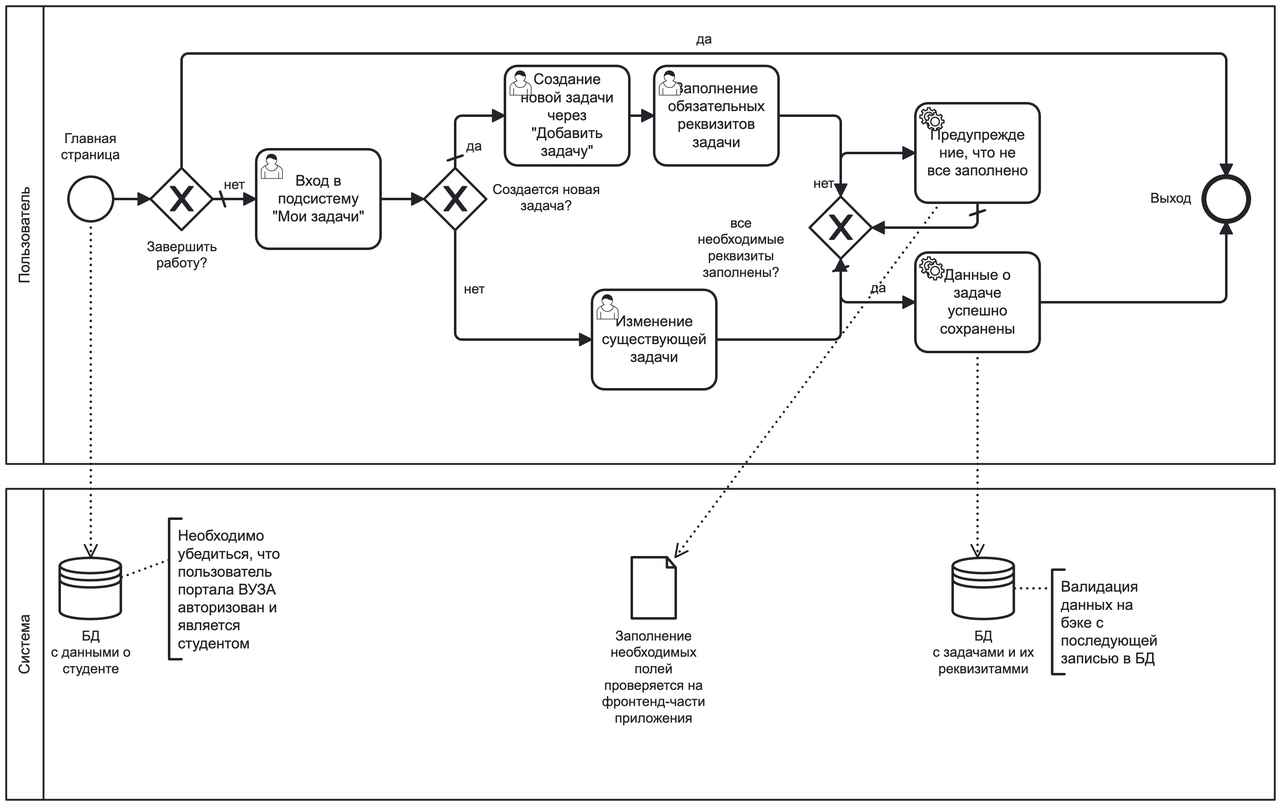
Before: Novgorodov_Timofey/ex04_BPMN/ex04_BPMN.png, a diagram exported from BPMN (abdullahproff/BSA21_1). Its source is kept beside it as Novgorodov_Timofey/ex04_BPMN/ex04_BPMN.bpmn. Ids are renumbered.
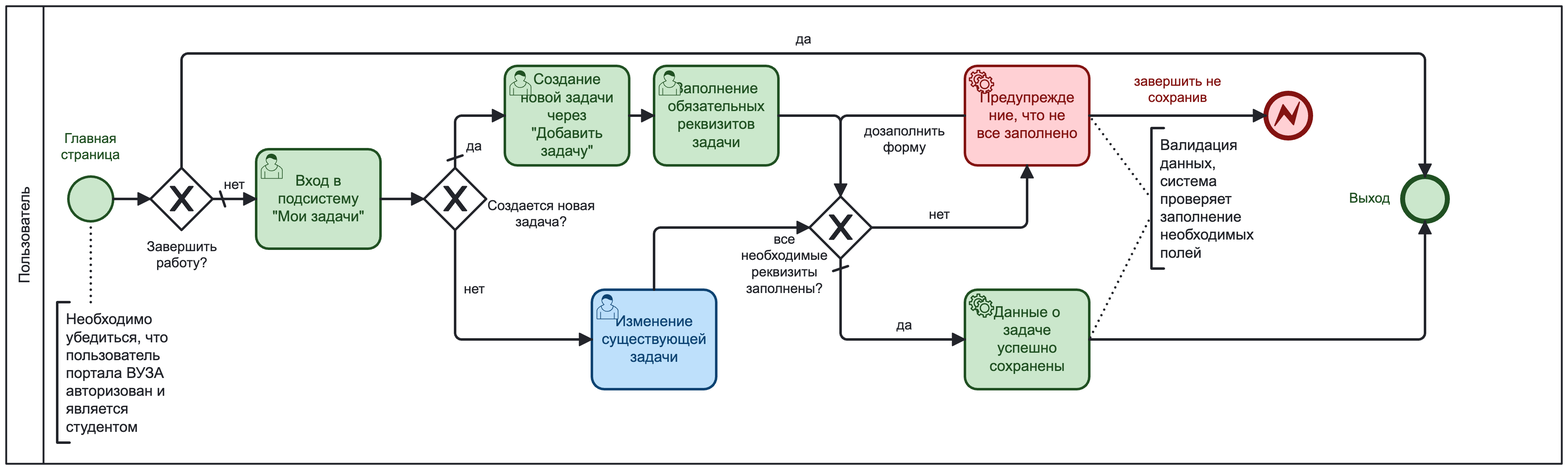
Above is the later version.

Diff of the diagram source:
```diff
@@ -1,27 +1,21 @@
-<bpmn:definitions xmlns:bpmn="http://www.omg.org/spec/BPMN/20100524/MODEL" xmlns:bpmndi="http://www.omg.org/spec/BPMN/20100524/DI" xmlns:dc="http://www.omg.org/spec/DD/20100524/DC" xmlns:di="http://www.omg.org/spec/DD/20100524/DI" xmlns:modeler="http://camunda.org/schema/modeler/1.0" id="Definitions_n1" targetNamespace="http://bpmn.io/schema/bpmn" exporter="Camunda Modeler" exporterVersion="5.28.0" modeler:executionPlatform="Camunda Cloud" modeler:executionPlatformVersion="8.6.0">
+<bpmn:definitions xmlns:bpmn="http://www.omg.org/spec/BPMN/20100524/MODEL" xmlns:bpmndi="http://www.omg.org/spec/BPMN/20100524/DI" xmlns:dc="http://www.omg.org/spec/DD/20100524/DC" xmlns:di="http://www.omg.org/spec/DD/20100524/DI" xmlns:bioc="http://bpmn.io/schema/bpmn/biocolor/1.0" xmlns:color="http://www.omg.org/spec/BPMN/non-normative/color/1.0" xmlns:modeler="http://camunda.org/schema/modeler/1.0" id="Definitions_n1" targetNamespace="http://bpmn.io/schema/bpmn" exporter="Camunda Modeler" exporterVersion="5.28.0" modeler:executionPlatform="Camunda Cloud" modeler:executionPlatformVersion="8.6.0">
   <bpmn:collaboration id="Collaboration_n2">
     <bpmn:participant id="Participant_n3" name="Пользователь" processRef="Process_n4" />
-    <bpmn:participant id="Participant_n5" name="Система" processRef="Process_n6" />
     <bpmn:textAnnotation id="TextAnnotation_n7">
       <bpmn:text>Необходимо убедиться, что пользователь портала ВУЗА авторизован и является студентом</bpmn:text>
     </bpmn:textAnnotation>
-    <bpmn:association id="Association_n8" associationDirection="None" sourceRef="DataStoreReference_n9" targetRef="TextAnnotation_n7" />
     <bpmn:textAnnotation id="TextAnnotation_n10">
-      <bpmn:text>Валидация данных на бэке с последующей записью в БД</bpmn:text>
+      <bpmn:text>Валидация данных, система проверяет заполнение необходимых полей</bpmn:text>
     </bpmn:textAnnotation>
-    <bpmn:association id="Association_n11" associationDirection="None" sourceRef="DataStoreReference_n12" targetRef="TextAnnotation_n10" />
+    <bpmn:association id="Association_n42" associationDirection="None" sourceRef="TextAnnotation_n7" targetRef="StartEvent_1" />
+    <bpmn:association id="Association_n43" associationDirection="None" sourceRef="TextAnnotation_n10" targetRef="Activity_n36" />
+    <bpmn:association id="Association_n44" associationDirection="None" sourceRef="TextAnnotation_n10" targetRef="Flow_n17" />
   </bpmn:collaboration>
   <bpmn:process id="Process_n4" isExecutable="true">
+    <bpmn:laneSet id="LaneSet_n45" />
     <bpmn:startEvent id="StartEvent_1" name="Главная страница">
       <bpmn:outgoing>Flow_n13</bpmn:outgoing>
-      <bpmn:dataOutputAssociation id="DataOutputAssociation_n14">
-        <bpmn:targetRef>DataStoreReference_n9</bpmn:targetRef>
-      </bpmn:dataOutputAssociation>
     </bpmn:startEvent>
-    <bpmn:endEvent id="Event_n15" name="Выход">
-      <bpmn:incoming>Flow_n16</bpmn:incoming>
-      <bpmn:incoming>Flow_n17</bpmn:incoming>
-    </bpmn:endEvent>
     <bpmn:exclusiveGateway id="Gateway_n18" name="Завершить работу?" default="Flow_n19">
       <bpmn:incoming>Flow_n13</bpmn:incoming>
       <bpmn:outgoing>Flow_n19</bpmn:outgoing>
@@ -41,16 +35,15 @@
     <bpmn:sequenceFlow id="Flow_n27" sourceRef="Activity_n25" targetRef="Activity_n28" />
     <bpmn:sequenceFlow id="Flow_n29" sourceRef="Activity_n28" targetRef="Gateway_n30" />
     <bpmn:exclusiveGateway id="Gateway_n30" name="все необходимые реквизиты заполнены?" default="Flow_n31">
-      <bpmn:incoming>Flow_n29</bpmn:incoming>
       <bpmn:incoming>Flow_n32</bpmn:incoming>
       <bpmn:incoming>Flow_n33</bpmn:incoming>
+      <bpmn:incoming>Flow_n29</bpmn:incoming>
       <bpmn:outgoing>Flow_n31</bpmn:outgoing>
-      <bpmn:outgoing>Flow_n34</bpmn:outgoing>
+      <bpmn:outgoing>Flow_n46</bpmn:outgoing>
     </bpmn:exclusiveGateway>
     <bpmn:sequenceFlow id="Flow_n32" sourceRef="Activity_n26" targetRef="Gateway_n30" />
     <bpmn:sequenceFlow id="Flow_n31" name="да" sourceRef="Gateway_n30" targetRef="Activity_n35" />
-    <bpmn:sequenceFlow id="Flow_n34" name="нет" sourceRef="Gateway_n30" targetRef="Activity_n36" />
-    <bpmn:sequenceFlow id="Flow_n33" sourceRef="Activity_n36" targetRef="Gateway_n30" />
+    <bpmn:sequenceFlow id="Flow_n33" name="дозаполнить форму" sourceRef="Activity_n36" targetRef="Gateway_n30" />
     <bpmn:userTask id="Activity_n24" name="Вход в подсистему &#34;Мои задачи&#34;">
       <bpmn:incoming>Flow_n19</bpmn:incoming>
       <bpmn:outgoing>Flow_n22</bpmn:outgoing>
@@ -67,45 +60,37 @@
       <bpmn:incoming>Flow_n27</bpmn:incoming>
       <bpmn:outgoing>Flow_n29</bpmn:outgoing>
     </bpmn:userTask>
-    <bpmn:serviceTask id="Activity_n36" name="Предупреждение, что не все заполнено" default="Flow_n33">
-      <bpmn:incoming>Flow_n34</bpmn:incoming>
+    <bpmn:sequenceFlow id="Flow_n17" sourceRef="Activity_n35" targetRef="Event_n15" />
+    <bpmn:endEvent id="Event_n15" name="Выход">
+      <bpmn:incoming>Flow_n16</bpmn:incoming>
+      <bpmn:incoming>Flow_n17</bpmn:incoming>
+    </bpmn:endEvent>
+    <bpmn:serviceTask id="Activity_n36" name="Предупреждение, что не все заполнено">
+      <bpmn:incoming>Flow_n46</bpmn:incoming>
       <bpmn:outgoing>Flow_n33</bpmn:outgoing>
-      <bpmn:dataOutputAssociation id="DataOutputAssociation_n37">
-        <bpmn:targetRef>DataObjectReference_n38</bpmn:targetRef>
-      </bpmn:dataOutputAssociation>
+      <bpmn:outgoing>Flow_n47</bpmn:outgoing>
     </bpmn:serviceTask>
     <bpmn:serviceTask id="Activity_n35" name="Данные о задаче успешно сохранены">
       <bpmn:incoming>Flow_n31</bpmn:incoming>
       <bpmn:outgoing>Flow_n17</bpmn:outgoing>
-      <bpmn:dataOutputAssociation id="DataOutputAssociation_n39">
-        <bpmn:targetRef>DataStoreReference_n12</bpmn:targetRef>
-      </bpmn:dataOutputAssociation>
     </bpmn:serviceTask>
-    <bpmn:sequenceFlow id="Flow_n17" sourceRef="Activity_n35" targetRef="Event_n15" />
-  </bpmn:process>
-  <bpmn:process id="Process_n6" isExecutable="false">
-    <bpmn:laneSet id="LaneSet_n40" />
-    <bpmn:dataStoreReference id="DataStoreReference_n9" name="БД&#10;с данными о студенте" />
-    <bpmn:dataStoreReference id="DataStoreReference_n12" name="БД&#10;с задачами и их реквизитамми" />
-    <bpmn:dataObjectReference id="DataObjectReference_n38" name="Заполнение необходимых полей проверяется на фронтенд-части приложения" dataObjectRef="DataObject_n41" />
-    <bpmn:dataObject id="DataObject_n41" />
+    <bpmn:sequenceFlow id="Flow_n47" name="завершить не сохранив" sourceRef="Activity_n36" targetRef="Event_n48" />
+    <bpmn:endEvent id="Event_n48">
+      <bpmn:incoming>Flow_n47</bpmn:incoming>
+      <bpmn:errorEventDefinition id="ErrorEventDefinition_n49" />
+    </bpmn:endEvent>
+    <bpmn:sequenceFlow id="Flow_n46" name="нет" sourceRef="Gateway_n30" targetRef="Activity_n36" />
   </bpmn:process>
   <bpmndi:BPMNDiagram id="BPMNDiagram_1">
     <bpmndi:BPMNPlane id="BPMNPlane_1" bpmnElement="Collaboration_n2">
       <bpmndi:BPMNShape id="Participant_n3_di" bpmnElement="Participant_n3" isHorizontal="true">
-        <dc:Bounds x="129" y="82" width="1020" height="368" />
+        <dc:Bounds x="129" y="82" width="1251" height="368" />
         <bpmndi:BPMNLabel />
       </bpmndi:BPMNShape>
-      <bpmndi:BPMNShape id="_BPMNShape_StartEvent_2" bpmnElement="StartEvent_1">
+      <bpmndi:BPMNShape id="_BPMNShape_StartEvent_2" bpmnElement="StartEvent_1" bioc:stroke="#205022" bioc:fill="#c8e6c9" color:background-color="#c8e6c9" color:border-color="#205022">
         <dc:Bounds x="179" y="219" width="36" height="36" />
         <bpmndi:BPMNLabel>
-          <dc:Bounds x="173" y="181.5" width="48" height="27" />
-        </bpmndi:BPMNLabel>
-      </bpmndi:BPMNShape>
-      <bpmndi:BPMNShape id="Event_n15_di" bpmnElement="Event_n15">
-        <dc:Bounds x="1092" y="219" width="36" height="36" />
-        <bpmndi:BPMNLabel>
-          <dc:Bounds x="1048.5" y="230" width="33" height="14" />
+          <dc:Bounds x="173" y="182" width="48" height="27" />
         </bpmndi:BPMNLabel>
       </bpmndi:BPMNShape>
       <bpmndi:BPMNShape id="Gateway_n18_di" bpmnElement="Gateway_n18" isMarkerVisible="true">
@@ -117,32 +102,42 @@
       <bpmndi:BPMNShape id="Gateway_n20_di" bpmnElement="Gateway_n20" isMarkerVisible="true">
         <dc:Bounds x="465" y="212" width="50" height="50" />
         <bpmndi:BPMNLabel>
-          <dc:Bounds x="520" y="223" width="87" height="27" />
+          <dc:Bounds x="516" y="236" width="87" height="27" />
         </bpmndi:BPMNLabel>
       </bpmndi:BPMNShape>
       <bpmndi:BPMNShape id="Gateway_n30_di" bpmnElement="Gateway_n30" isMarkerVisible="true">
         <dc:Bounds x="775" y="235" width="50" height="50" />
         <bpmndi:BPMNLabel>
-          <dc:Bounds x="685" y="250" width="70" height="53" />
+          <dc:Bounds x="720" y="263" width="70" height="53" />
         </bpmndi:BPMNLabel>
       </bpmndi:BPMNShape>
-      <bpmndi:BPMNShape id="Activity_1cs8dzu_di" bpmnElement="Activity_n24">
+      <bpmndi:BPMNShape id="Activity_1cs8dzu_di" bpmnElement="Activity_n24" bioc:stroke="#205022" bioc:fill="#c8e6c9" color:background-color="#c8e6c9" color:border-color="#205022">
         <dc:Bounds x="330" y="197" width="100" height="80" />
       </bpmndi:BPMNShape>
-      <bpmndi:BPMNShape id="Activity_0ll2hrb_di" bpmnElement="Activity_n26">
+      <bpmndi:BPMNShape id="Activity_0ll2hrb_di" bpmnElement="Activity_n26" bioc:stroke="#0d4372" bioc:fill="#bbdefb" color:background-color="#bbdefb" color:border-color="#0d4372">
         <dc:Bounds x="600" y="310" width="100" height="80" />
+        <bpmndi:BPMNLabel />
       </bpmndi:BPMNShape>
-      <bpmndi:BPMNShape id="Activity_16mnqvw_di" bpmnElement="Activity_n25">
+      <bpmndi:BPMNShape id="Activity_16mnqvw_di" bpmnElement="Activity_n25" bioc:stroke="#205022" bioc:fill="#c8e6c9" color:background-color="#c8e6c9" color:border-color="#205022">
         <dc:Bounds x="530" y="130" width="100" height="80" />
       </bpmndi:BPMNShape>
-      <bpmndi:BPMNShape id="Activity_0b8os7p_di" bpmnElement="Activity_n28">
+      <bpmndi:BPMNShape id="Activity_0b8os7p_di" bpmnElement="Activity_n28" bioc:stroke="#205022" bioc:fill="#c8e6c9" color:background-color="#c8e6c9" color:border-color="#205022">
         <dc:Bounds x="650" y="130" width="100" height="80" />
       </bpmndi:BPMNShape>
-      <bpmndi:BPMNShape id="Activity_1weaivi_di" bpmnElement="Activity_n36">
-        <dc:Bounds x="860" y="160" width="100" height="80" />
+      <bpmndi:BPMNShape id="Event_n15_di" bpmnElement="Event_n15" bioc:stroke="#205022" bioc:fill="#c8e6c9" color:background-color="#c8e6c9" color:border-color="#205022">
+        <dc:Bounds x="1252" y="219" width="36" height="36" />
+        <bpmndi:BPMNLabel>
+          <dc:Bounds x="1209" y="230" width="33" height="14" />
+        </bpmndi:BPMNLabel>
       </bpmndi:BPMNShape>
-      <bpmndi:BPMNShape id="Activity_03i0kc4_di" bpmnElement="Activity_n35">
-        <dc:Bounds x="860" y="280" width="100" height="80" />
+      <bpmndi:BPMNShape id="Activity_1weaivi_di" bpmnElement="Activity_n36" bioc:stroke="#831311" bioc:fill="#ffcdd2" color:background-color="#ffcdd2" color:border-color="#831311">
+        <dc:Bounds x="900" y="130" width="100" height="80" />
+      </bpmndi:BPMNShape>
+      <bpmndi:BPMNShape id="Activity_03i0kc4_di" bpmnElement="Activity_n35" bioc:stroke="#205022" bioc:fill="#c8e6c9" color:background-color="#c8e6c9" color:border-color="#205022">
+        <dc:Bounds x="900" y="310" width="100" height="80" />
+      </bpmndi:BPMNShape>
+      <bpmndi:BPMNShape id="Event_n48_di" bpmnElement="Event_n48" bioc:stroke="#831311" bioc:fill="#ffcdd2" color:background-color="#ffcdd2" color:border-color="#831311">
+        <dc:Bounds x="1142" y="152" width="36" height="36" />
       </bpmndi:BPMNShape>
       <bpmndi:BPMNEdge id="Flow_n13_di" bpmnElement="Flow_n13">
         <di:waypoint x="215" y="237" />
@@ -151,10 +146,10 @@
       <bpmndi:BPMNEdge id="Flow_n16_di" bpmnElement="Flow_n16">
         <di:waypoint x="270" y="212" />
         <di:waypoint x="270" y="120" />
-        <di:waypoint x="1110" y="120" />
-        <di:waypoint x="1110" y="219" />
+        <di:waypoint x="1270" y="120" />
+        <di:waypoint x="1270" y="219" />
         <bpmndi:BPMNLabel>
-          <dc:Bounds x="684" y="102" width="13" height="14" />
+          <dc:Bounds x="764" y="102" width="13" height="14" />
         </bpmndi:BPMNLabel>
       </bpmndi:BPMNEdge>
       <bpmndi:BPMNEdge id="Flow_n19_di" bpmnElement="Flow_n19">
@@ -194,86 +189,66 @@
         <di:waypoint x="800" y="235" />
       </bpmndi:BPMNEdge>
       <bpmndi:BPMNEdge id="Flow_n32_di" bpmnElement="Flow_n32">
-        <di:waypoint x="700" y="350" />
-        <di:waypoint x="800" y="350" />
-        <di:waypoint x="800" y="285" />
+        <di:waypoint x="650" y="310" />
+        <di:waypoint x="650" y="260" />
+        <di:waypoint x="775" y="260" />
       </bpmndi:BPMNEdge>
       <bpmndi:BPMNEdge id="Flow_n31_di" bpmnElement="Flow_n31">
         <di:waypoint x="800" y="285" />
-        <di:waypoint x="800" y="320" />
-        <di:waypoint x="860" y="320" />
+        <di:waypoint x="800" y="350" />
+        <di:waypoint x="900" y="350" />
         <bpmndi:BPMNLabel>
-          <dc:Bounds x="824" y="302" width="13" height="14" />
-        </bpmndi:BPMNLabel>
-      </bpmndi:BPMNEdge>
-      <bpmndi:BPMNEdge id="Flow_n34_di" bpmnElement="Flow_n34">
-        <di:waypoint x="800" y="235" />
-        <di:waypoint x="800" y="200" />
-        <di:waypoint x="860" y="200" />
-        <bpmndi:BPMNLabel>
-          <dc:Bounds x="778" y="218" width="17" height="14" />
+          <dc:Bounds x="845" y="332" width="13" height="14" />
         </bpmndi:BPMNLabel>
       </bpmndi:BPMNEdge>
       <bpmndi:BPMNEdge id="Flow_n33_di" bpmnElement="Flow_n33">
-        <di:waypoint x="910" y="240" />
-        <di:waypoint x="910" y="260" />
-        <di:waypoint x="825" y="260" />
+        <di:waypoint x="900" y="170" />
+        <di:waypoint x="800" y="170" />
+        <di:waypoint x="800" y="235" />
+        <bpmndi:BPMNLabel>
+          <dc:Bounds x="819" y="176" width="65" height="27" />
+        </bpmndi:BPMNLabel>
       </bpmndi:BPMNEdge>
       <bpmndi:BPMNEdge id="Flow_n17_di" bpmnElement="Flow_n17">
-        <di:waypoint x="960" y="320" />
-        <di:waypoint x="1110" y="320" />
-        <di:waypoint x="1110" y="255" />
+        <di:waypoint x="1000" y="350" />
+        <di:waypoint x="1270" y="350" />
+        <di:waypoint x="1270" y="255" />
       </bpmndi:BPMNEdge>
-      <bpmndi:BPMNShape id="Participant_n5_di" bpmnElement="Participant_n5" isHorizontal="true">
-        <dc:Bounds x="129" y="470" width="1020" height="250" />
+      <bpmndi:BPMNEdge id="Flow_n47_di" bpmnElement="Flow_n47">
+        <di:waypoint x="1000" y="170" />
+        <di:waypoint x="1142" y="170" />
+        <bpmndi:BPMNLabel color:color="#831311">
+          <dc:Bounds x="1036" y="136" width="71" height="27" />
+        </bpmndi:BPMNLabel>
+      </bpmndi:BPMNEdge>
+      <bpmndi:BPMNEdge id="Flow_n46_di" bpmnElement="Flow_n46">
+        <di:waypoint x="825" y="260" />
+        <di:waypoint x="950" y="260" />
+        <di:waypoint x="950" y="210" />
+        <bpmndi:BPMNLabel>
+          <dc:Bounds x="871" y="243" width="17" height="14" />
+        </bpmndi:BPMNLabel>
+      </bpmndi:BPMNEdge>
+      <bpmndi:BPMNEdge id="Association_n43_di" bpmnElement="Association_n43">
+        <di:waypoint x="1050" y="237" />
+        <di:waypoint x="1000" y="170" />
+      </bpmndi:BPMNEdge>
+      <bpmndi:BPMNEdge id="Association_n44_di" bpmnElement="Association_n44">
+        <di:waypoint x="1050" y="250" />
+        <di:waypoint x="1000" y="350" />
+      </bpmndi:BPMNEdge>
+      <bpmndi:BPMNEdge id="Association_n42_di" bpmnElement="Association_n42">
+        <di:waypoint x="197" y="320" />
+        <di:waypoint x="197" y="255" />
+      </bpmndi:BPMNEdge>
+      <bpmndi:BPMNShape id="TextAnnotation_n10_di" bpmnElement="TextAnnotation_n10">
+        <dc:Bounds x="1050" y="180" width="100" height="113" />
         <bpmndi:BPMNLabel />
       </bpmndi:BPMNShape>
-      <bpmndi:BPMNShape id="DataStoreReference_n9_di" bpmnElement="DataStoreReference_n9">
-        <dc:Bounds x="172" y="525" width="50" height="50" />
-        <bpmndi:BPMNLabel>
-          <dc:Bounds x="165" y="582" width="65" height="40" />
-        </bpmndi:BPMNLabel>
-      </bpmndi:BPMNShape>
-      <bpmndi:BPMNShape id="DataStoreReference_1kus3wf_di" bpmnElement="DataStoreReference_n12">
-        <dc:Bounds x="890" y="525" width="50" height="50" />
-        <bpmndi:BPMNLabel>
-          <dc:Bounds x="874" y="582" width="82" height="40" />
-        </bpmndi:BPMNLabel>
-      </bpmndi:BPMNShape>
-      <bpmndi:BPMNShape id="DataObjectReference_n38_di" bpmnElement="DataObjectReference_n38">
-        <dc:Bounds x="632" y="525" width="36" height="50" />
-        <bpmndi:BPMNLabel>
-          <dc:Bounds x="608" y="582" width="84" height="80" />
-        </bpmndi:BPMNLabel>
-      </bpmndi:BPMNShape>
-      <bpmndi:BPMNEdge id="Association_n8_di" bpmnElement="Association_n8">
-        <di:waypoint x="222" y="541" />
-        <di:waypoint x="260" y="527" />
-      </bpmndi:BPMNEdge>
-      <bpmndi:BPMNEdge id="Association_n11_di" bpmnElement="Association_n11">
-        <di:waypoint x="940" y="550" />
-        <di:waypoint x="970" y="550" />
-      </bpmndi:BPMNEdge>
-      <bpmndi:BPMNEdge id="DataOutputAssociation_n14_di" bpmnElement="DataOutputAssociation_n14">
-        <di:waypoint x="197" y="255" />
-        <di:waypoint x="197" y="525" />
-      </bpmndi:BPMNEdge>
       <bpmndi:BPMNShape id="TextAnnotation_n7_di" bpmnElement="TextAnnotation_n7">
-        <dc:Bounds x="260" y="494" width="99.99274099883856" height="112.65969802555169" />
+        <dc:Bounds x="170" y="320" width="100" height="113" />
         <bpmndi:BPMNLabel />
       </bpmndi:BPMNShape>
-      <bpmndi:BPMNEdge id="DataOutputAssociation_n39_di" bpmnElement="DataOutputAssociation_n39">
-        <di:waypoint x="910" y="360" />
-        <di:waypoint x="910" y="525" />
-      </bpmndi:BPMNEdge>
-      <bpmndi:BPMNShape id="TextAnnotation_n10_di" bpmnElement="TextAnnotation_n10">
-        <dc:Bounds x="970" y="535" width="99.99274099883856" height="83.62369337979094" />
-        <bpmndi:BPMNLabel />
-      </bpmndi:BPMNShape>
-      <bpmndi:BPMNEdge id="DataOutputAssociation_n37_di" bpmnElement="DataOutputAssociation_n37">
-        <di:waypoint x="880" y="240" />
-        <di:waypoint x="667" y="525" />
-      </bpmndi:BPMNEdge>
     </bpmndi:BPMNPlane>
   </bpmndi:BPMNDiagram>
 </bpmn:definitions>
```
